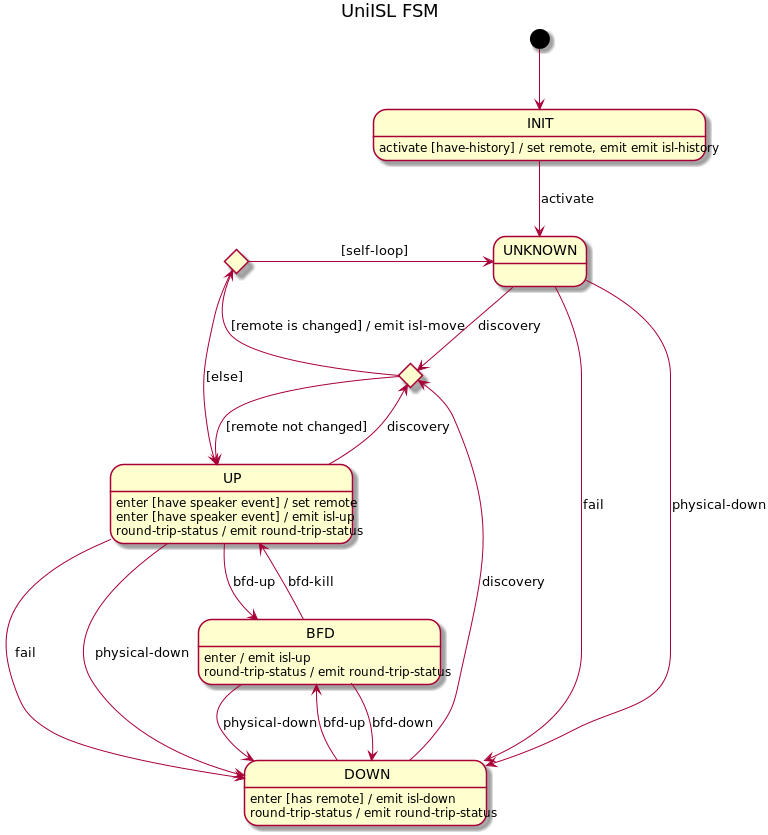
The PlantUML diagram docs/design/network-discovery/uni-isl-FSM.png in surabujin/open-kilda, before a commit. The source it was exported from:
```plantuml
@startuml
title UniISL FSM

[*] --> INIT

INIT --> UNKNOWN : activate
INIT : activate [have-history] / set remote, emit emit isl-history

state moveChoice <<choice>>

UNKNOWN --> moveChoice : discovery
UNKNOWN --> DOWN : fail
UNKNOWN --> DOWN : physical-down

UP --> moveChoice : discovery
UP --> DOWN : fail
UP --> DOWN : physical-down
UP --> BFD : bfd-up
UP : enter [have speaker event] / set remote
UP : enter [have speaker event] / emit isl-up
UP : round-trip-status / emit round-trip-status

state selfLoopChoice <<choice>>

moveChoice --> UP : [remote not changed]
moveChoice --> selfLoopChoice : [remote is changed] / emit isl-move

selfLoopChoice --> UP : [else]
selfLoopChoice -r-> UNKNOWN : [self-loop]

DOWN --> moveChoice : discovery
DOWN --> BFD : bfd-up
DOWN : enter [has remote] / emit isl-down
DOWN : round-trip-status / emit round-trip-status

BFD --> DOWN : physical-down
BFD --> DOWN : bfd-down
BFD --> UP : bfd-kill
BFD : enter / emit isl-up
BFD : round-trip-status / emit round-trip-status

@enduml
```
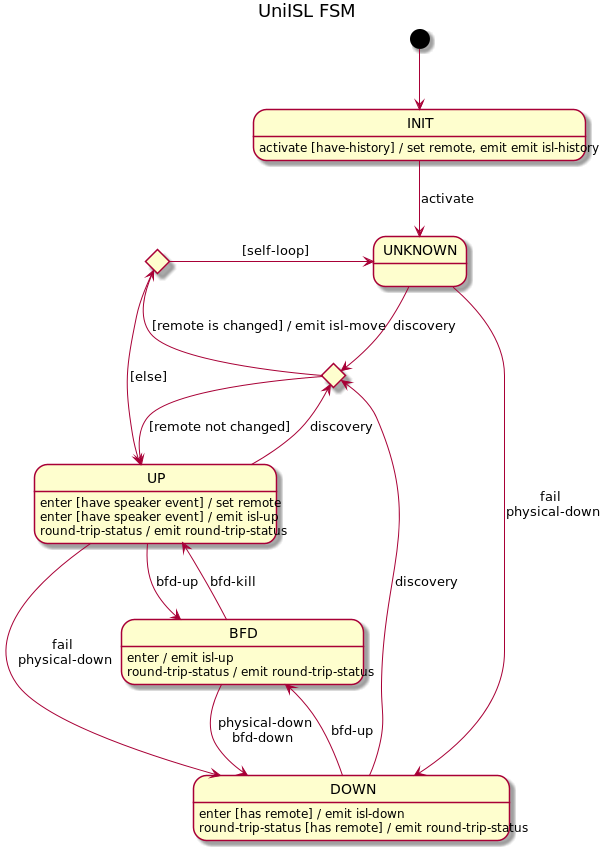
Above is the later version.

Diff of the diagram source:
```diff
@@ -9,12 +9,10 @@
 state moveChoice <<choice>>
 
 UNKNOWN --> moveChoice : discovery
-UNKNOWN --> DOWN : fail
-UNKNOWN --> DOWN : physical-down
+UNKNOWN --> DOWN : fail\nphysical-down
 
 UP --> moveChoice : discovery
-UP --> DOWN : fail
-UP --> DOWN : physical-down
+UP --> DOWN : fail\nphysical-down
 UP --> BFD : bfd-up
 UP : enter [have speaker event] / set remote
 UP : enter [have speaker event] / emit isl-up
@@ -31,10 +29,9 @@
 DOWN --> moveChoice : discovery
 DOWN --> BFD : bfd-up
 DOWN : enter [has remote] / emit isl-down
-DOWN : round-trip-status / emit round-trip-status
+DOWN : round-trip-status [has remote] / emit round-trip-status
 
-BFD --> DOWN : physical-down
-BFD --> DOWN : bfd-down
+BFD --> DOWN : physical-down\nbfd-down
 BFD --> UP : bfd-kill
 BFD : enter / emit isl-up
 BFD : round-trip-status / emit round-trip-status
```
